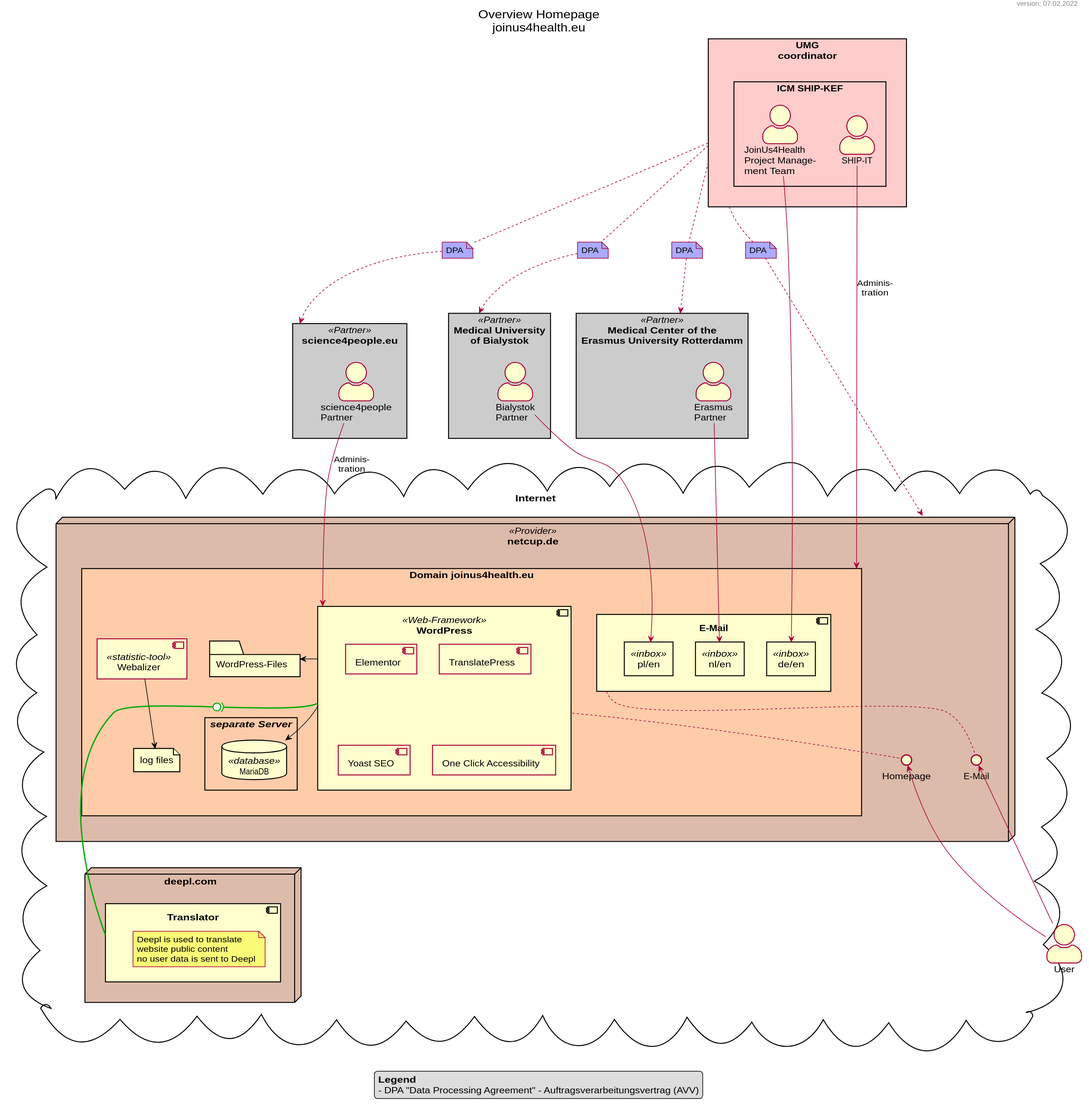
JoinUs4Health/Organisation keeps this PlantUML diagram as technical/homepage/uml/homepage_overview_data_flow.svg. Above is the earlier version.
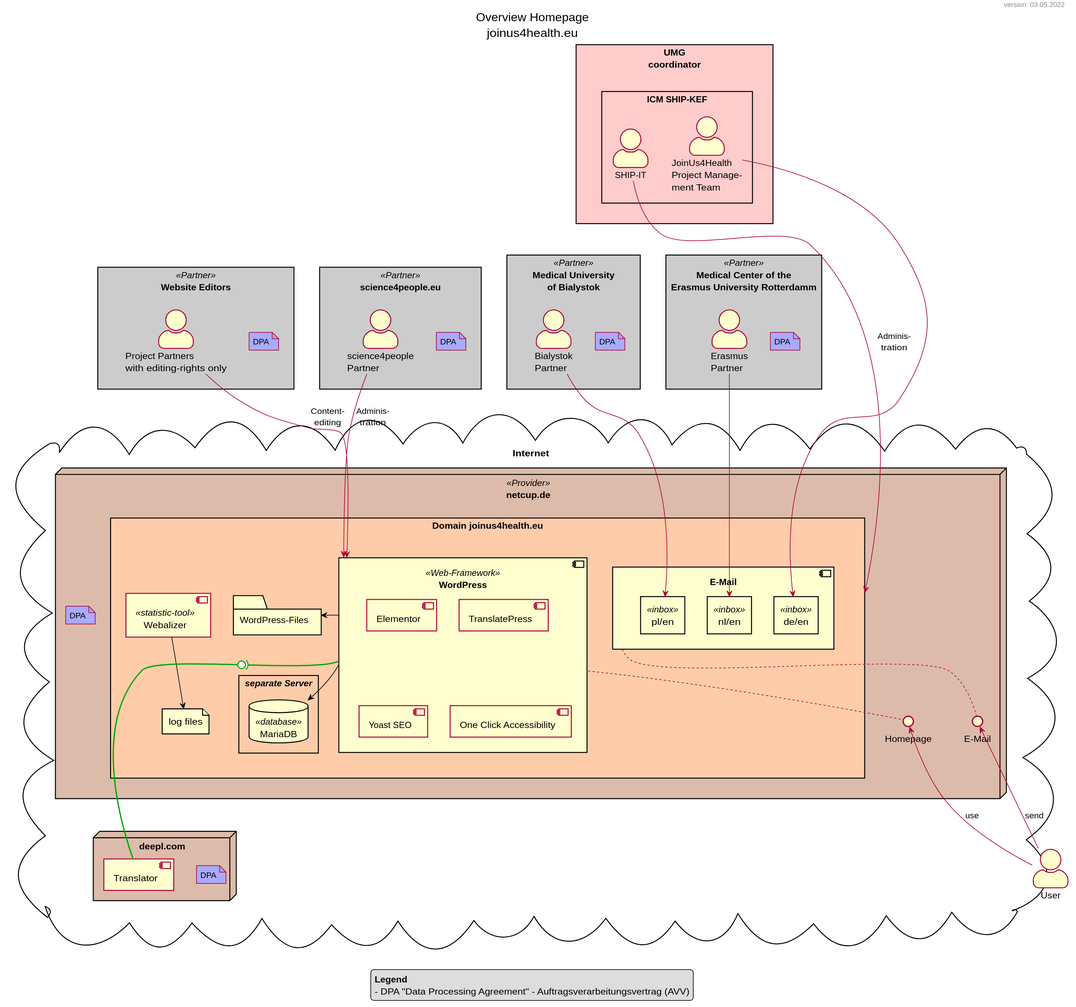
The same file after the commit.

Commit message:
updated Server_WordPress_documentation and Homepage-UML

Change to the diagram source:
```diff
@@ -15,6 +15,8 @@
 - DPA "Data Processing Agreement" - Auftragsverarbeitungsvertrag (AVV)
 end legend
 
+!define DPA(_name)   note "DPA" as _name #aaaaff
+
 actor "User" as user
 
 rectangle "UMG\ncoordinator" as umg #ffcccc {
@@ -24,20 +26,29 @@
     }
 }
 
+rectangle "Website Editors" <<Partner>> as editors {
+    DPA(dpa_editors)
+    actor "Project Partners\nwith editing-rights only" as editor_partner
+}
+
 rectangle "science4people.eu" <<Partner>> as s4p {
+    DPA(dpa_s4p)
     actor "science4people\nPartner" as s4p_partner
 }
 
 rectangle "Medical University\nof Bialystok" <<Partner>> as bi {
+    DPA(dpa_bia)
     actor "Bialystok\nPartner" as bi_partner
 }
 
 rectangle "Medical Center of the\nErasmus University Rotterdamm" <<Partner>> as erasmus {
+    DPA(dpa_era)
     actor "Erasmus\nPartner" as erasmus_partner
 }
 
 cloud "Internet" {
     node "netcup.de" <<Provider>> as netcup #ddbbaa {
+        DPA(dpa_netcup)
         rectangle "Domain joinus4health.eu" as webspace #ffccaa {
             component "WordPress" <<Web-Framework>> as wp {
                 component "Elementor"
@@ -66,38 +77,26 @@
         i_mail .u. email
     }
     node "deepl.com" as deepl #ddbbaa {
-        component "Translator" as deepl_trans {
-            note as n_deepl
-                Deepl is used to translate
-                website public content
-                no user data is sent to Deepl
-            end note
-        }
+        DPA(dpa_deepl)
+        component "Translator" as deepl_trans
     }
     wp     =(0==     deepl_trans #00aa00
 }
 
-note "DPA" as a_us #aaaaff
-umg .. a_us
-a_us ..> s4p
-note "DPA" as a_ub #aaaaff
-umg .. a_ub
-a_ub ..> bi
-note "DPA" as a_ue #aaaaff
-umg .. a_ue
-a_ue ..> erasmus
-note "DPA" as a_un #aaaaff
-umg .. a_un
-a_un ..> netcup
+umg -[hidden]-  editors
+umg -[hidden]-  s4p
+umg -[hidden]-  bi
+umg -[hidden]-  erasmus
 
-ship        -->     webspace    : Adminis-\ntration
-s4p_partner -->     wp          : Adminis-\ntration
+ship            -->     webspace    : Adminis-\ntration
+s4p_partner     -->     wp          : Adminis-\ntration
+editor_partner  -->     wp          : Content-\nediting
 
 umg_team        --> e_de
 bi_partner      --> e_pl
 erasmus_partner --> e_nl
 
-user    -u-> i_web
-user    -u-> i_mail
+user    -u-> i_web      : use
+user    -u-> i_mail     : send
 
 @enduml
```
